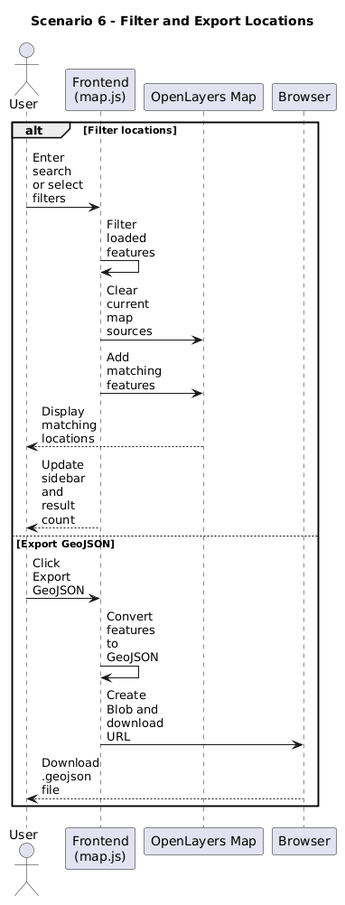
Earlier version of the PlantUML export diagrams/sequence-diagram-scenario-6.png (BerkayySimsekk/MilSOFT-Bilkent-Campus-Explorer).
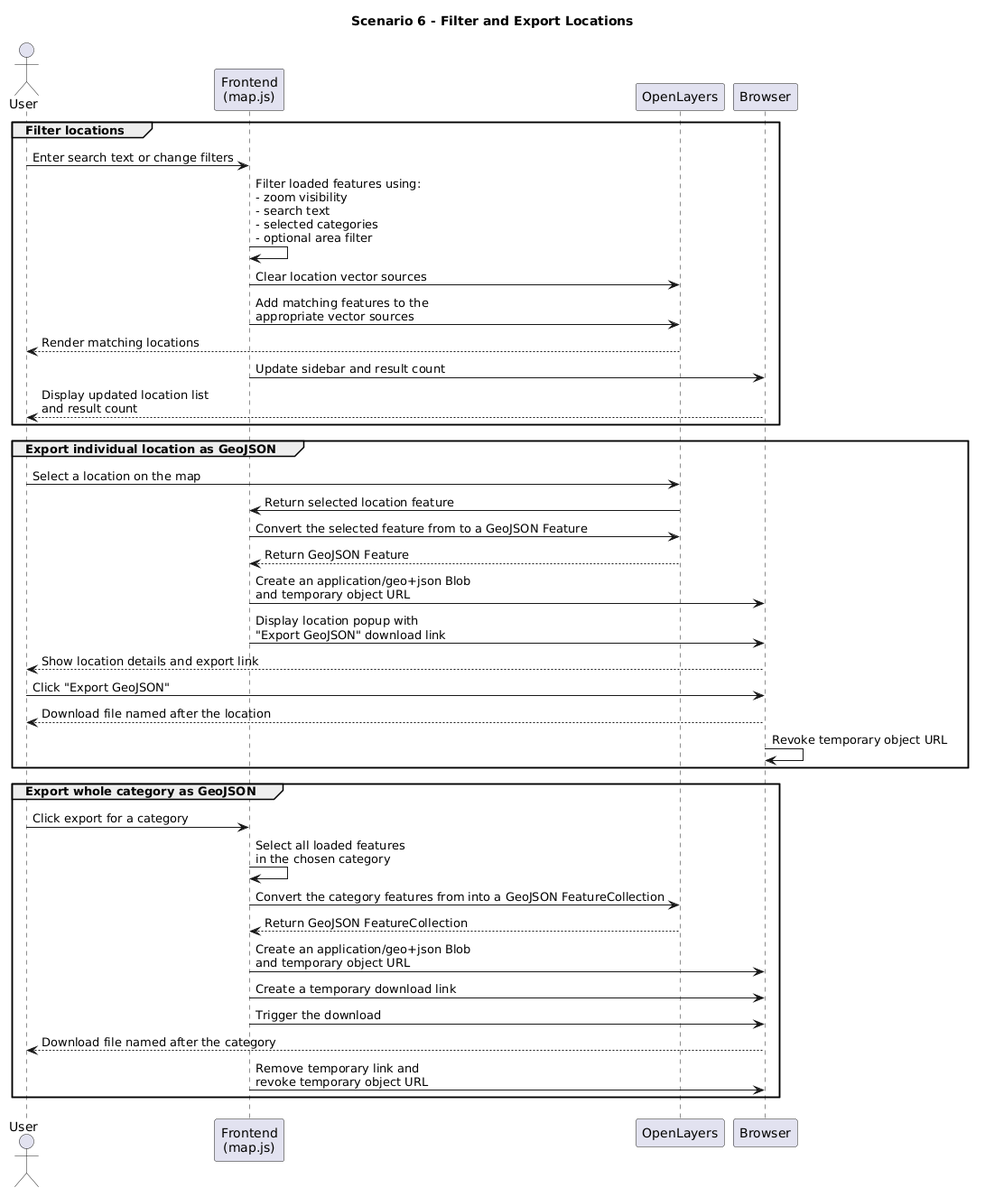
Above is the later version.

Diff of the diagram source:
```diff
@@ -1,29 +1,53 @@
 @startuml
 title Scenario 6 - Filter and Export Locations
 
-skinparam shadowing false
-skinparam maxMessageSize 60
-
 actor User
 participant "Frontend\n(map.js)" as Frontend
-participant "OpenLayers Map" as Map
+participant OpenLayers
 participant Browser
 
-alt Filter locations
+group Filter locations
+    User -> Frontend: Enter search text or change filters
 
-    User -> Frontend: Enter search or select filters
-    Frontend -> Frontend: Filter loaded features
-    Frontend -> Map: Clear current map sources
-    Frontend -> Map: Add matching features
-    Map --> User: Display matching locations
-    Frontend --> User: Update sidebar and result count
+    Frontend -> Frontend: Filter loaded features using:\n- zoom visibility\n- search text\n- selected categories\n- optional area filter
 
-else Export GeoJSON
+    Frontend -> OpenLayers: Clear location vector sources
+    Frontend -> OpenLayers: Add matching features to the\nappropriate vector sources
+    OpenLayers --> User: Render matching locations
 
-    User -> Frontend: Click Export GeoJSON
-    Frontend -> Frontend: Convert features to GeoJSON
-    Frontend -> Browser: Create Blob and download URL
-    Browser --> User: Download .geojson file
+    Frontend -> Browser: Update sidebar and result count
+    Browser --> User: Display updated location list\nand result count
+end
 
+group Export individual location as GeoJSON
+    User -> OpenLayers: Select a location on the map
+    OpenLayers -> Frontend: Return selected location feature
+
+    Frontend -> OpenLayers: Convert the selected feature from to a GeoJSON Feature
+    OpenLayers --> Frontend: Return GeoJSON Feature
+
+    Frontend -> Browser: Create an application/geo+json Blob\nand temporary object URL
+    Frontend -> Browser: Display location popup with\n"Export GeoJSON" download link
+    Browser --> User: Show location details and export link
+
+    User -> Browser: Click "Export GeoJSON"
+    Browser --> User: Download file named after the location
+    Browser -> Browser: Revoke temporary object URL
+end
+
+group Export whole category as GeoJSON
+    User -> Frontend: Click export for a category
+
+    Frontend -> Frontend: Select all loaded features\nin the chosen category
+
+    Frontend -> OpenLayers: Convert the category features from into a GeoJSON FeatureCollection
+    OpenLayers --> Frontend: Return GeoJSON FeatureCollection
+
+    Frontend -> Browser: Create an application/geo+json Blob\nand temporary object URL
+    Frontend -> Browser: Create a temporary download link
+    Frontend -> Browser: Trigger the download
+    Browser --> User: Download file named after the category
+
+    Frontend -> Browser: Remove temporary link and\nrevoke temporary object URL
 end
 @enduml
```
